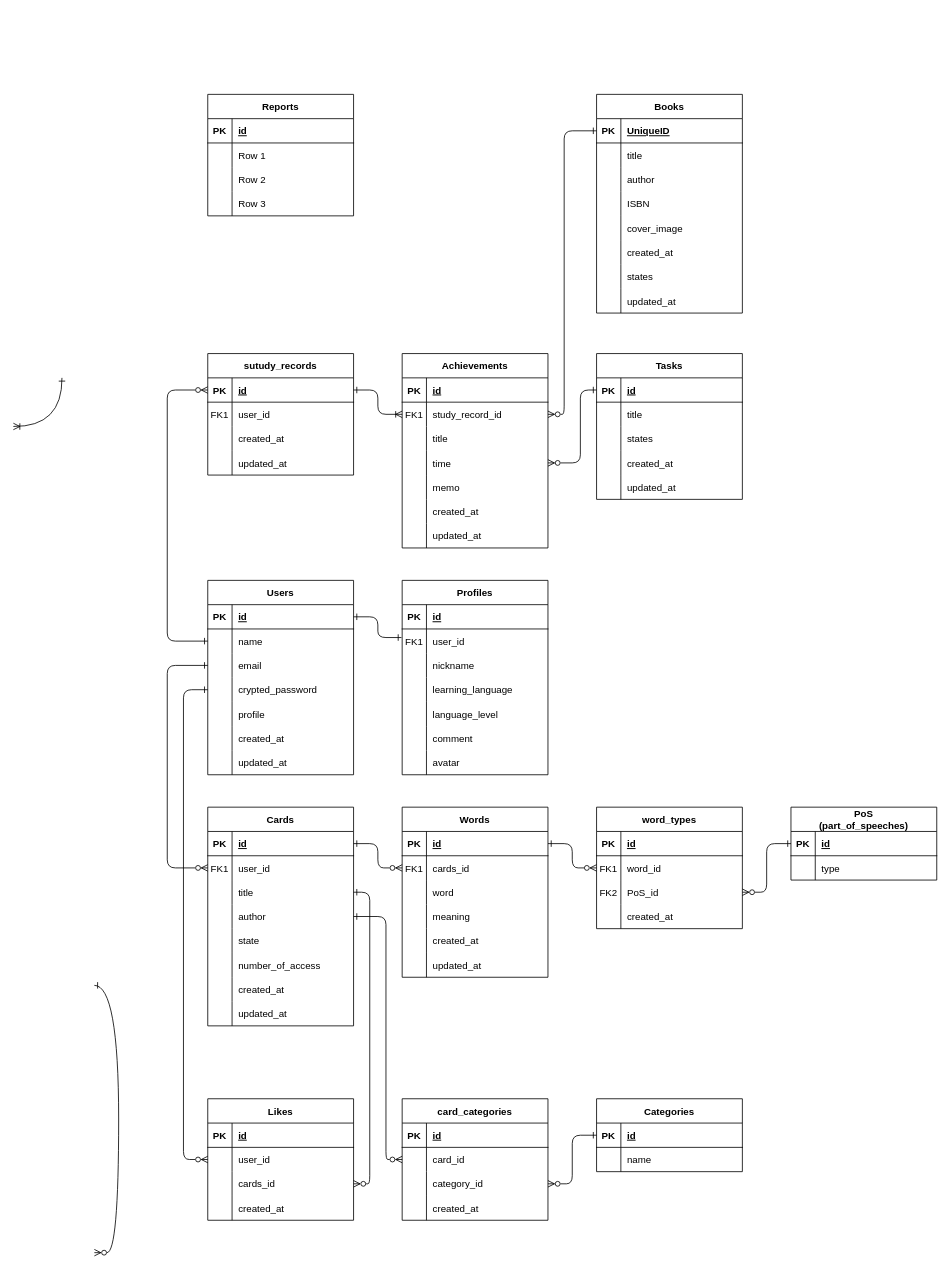
Earlier version of the draw.io diagram table.drawio (TaikiSakai/linGuardia). Source tidied: cells renumbered, new cells numbered last; positions are measured from the earlier drawing's top-left corner, leaving out a move shared by most shapes. Both pictures are drawn from the tidied source at 81%, with x=0, y=0 at pixel (13, 94).
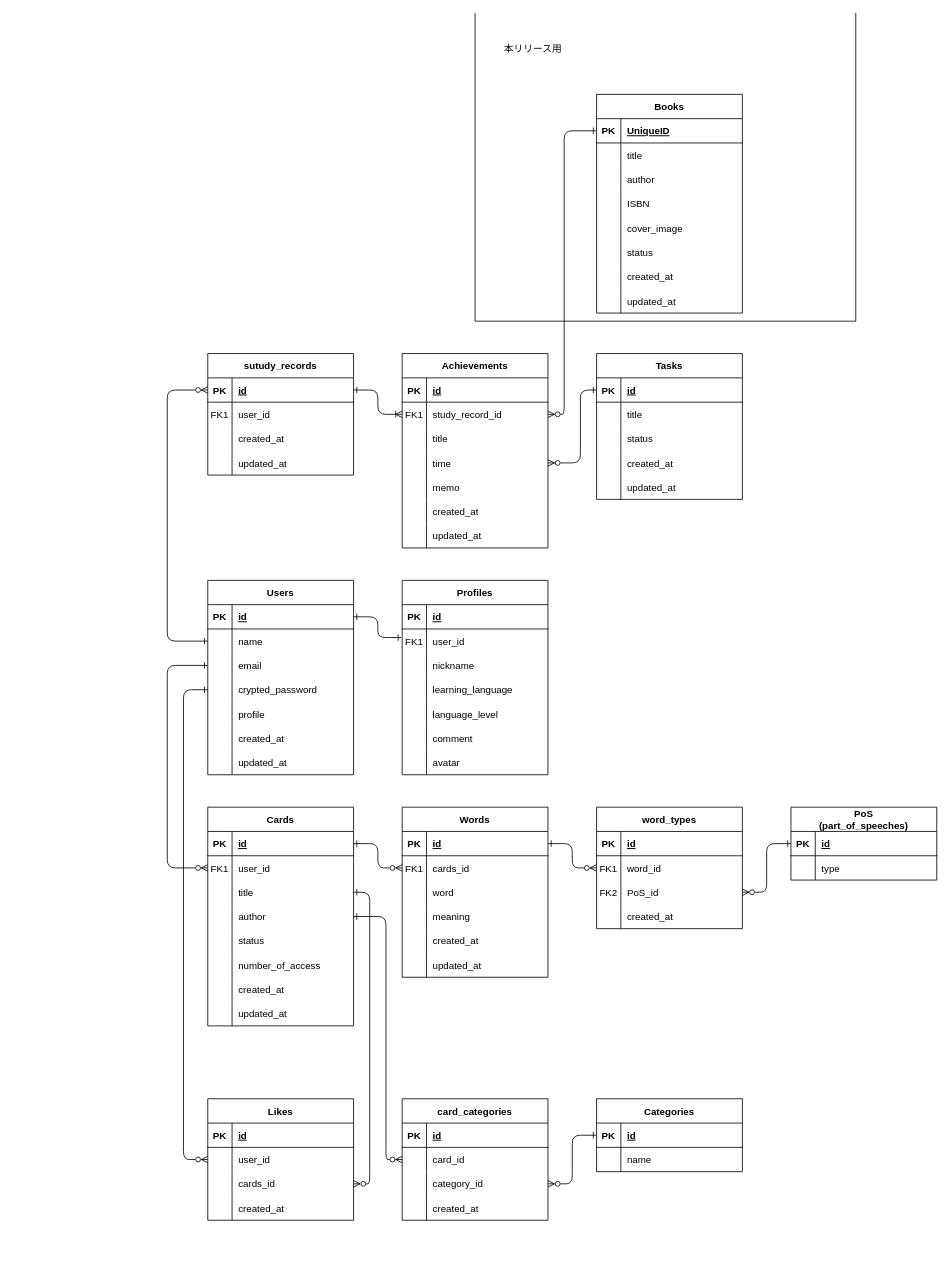
The same diagram, later.

Unchanged cells that the change refers to:
```xml
<mxCell id="59" style="shape=tableRow;horizontal=0;startSize=0;swimlaneHead=0;swimlaneBody=0;fillColor=none;top=0;left=0;right=0;bottom=0;" parent="46" vertex="1">
  <mxGeometry y="150" width="180" height="30" as="geometry" />
</mxCell>
<mxCell id="135" style="shape=tableRow;horizontal=0;startSize=0;swimlaneHead=0;swimlaneBody=0;fillColor=none;top=0;left=0;right=0;bottom=0;" parent="128" vertex="1">
  <mxGeometry y="90" width="180" height="30" as="geometry" />
</mxCell>
<mxCell id="196" value="Books" style="shape=table;startSize=30;childLayout=tableLayout;rowLines=0;fontStyle=1;align=center;" parent="1" vertex="1">
  <mxGeometry x="720" width="180" height="270" as="geometry" />
</mxCell>
```

Diff of the diagram source:
```diff
@@
-    <mxCell id="61" value="state" style="shape=partialRectangle;fillColor=none;top=0;left=0;bottom=0;right=0;align=left;spacingLeft=6;overflow=hidden;" parent="59" vertex="1">
+    <mxCell id="61" value="status" style="shape=partialRectangle;fillColor=none;top=0;left=0;bottom=0;right=0;align=left;spacingLeft=6;overflow=hidden;" parent="59" vertex="1">
       <mxGeometry x="30" width="150" height="30" as="geometry" />
     </mxCell>
@@
-    <mxCell id="137" value="states" style="shape=partialRectangle;fillColor=none;top=0;left=0;bottom=0;right=0;align=left;spacingLeft=6;overflow=hidden;" parent="135" vertex="1">
+    <mxCell id="137" value="status" style="shape=partialRectangle;fillColor=none;top=0;left=0;bottom=0;right=0;align=left;spacingLeft=6;overflow=hidden;" parent="135" vertex="1">
       <mxGeometry x="30" width="150" height="30" as="geometry" />
     </mxCell>
@@
-    <mxCell id="166" value="Reports" style="shape=table;startSize=30;childLayout=tableLayout;rowLines=0;fontStyle=1;align=center;" parent="1" vertex="1">
-      <mxGeometry x="240" width="180" height="150" as="geometry" />
-    </mxCell>
-    <mxCell id="167" style="shape=tableRow;horizontal=0;startSize=0;swimlaneHead=0;swimlaneBody=0;fillColor=none;top=0;left=0;right=0;bottom=1;" parent="166" vertex="1">
-      <mxGeometry y="30" width="180" height="30" as="geometry" />
-    </mxCell>
-    <mxCell id="168" value="PK" style="shape=partialRectangle;fillColor=none;top=0;left=0;bottom=0;right=0;fontStyle=1;overflow=hidden;" parent="167" vertex="1">
-      <mxGeometry width="30" height="30" as="geometry" />
-    </mxCell>
-    <mxCell id="169" value="id" style="shape=partialRectangle;fillColor=none;top=0;left=0;bottom=0;right=0;align=left;spacingLeft=6;fontStyle=5;overflow=hidden;" parent="167" vertex="1">
-      <mxGeometry x="30" width="150" height="30" as="geometry" />
-    </mxCell>
-    <mxCell id="170" style="shape=tableRow;horizontal=0;startSize=0;swimlaneHead=0;swimlaneBody=0;fillColor=none;top=0;left=0;right=0;bottom=0;" parent="166" vertex="1">
-      <mxGeometry y="60" width="180" height="30" as="geometry" />
-    </mxCell>
-    <mxCell id="171" style="shape=partialRectangle;fillColor=none;top=0;left=0;bottom=0;right=0;overflow=hidden;" parent="170" vertex="1">
-      <mxGeometry width="30" height="30" as="geometry" />
-    </mxCell>
-    <mxCell id="172" value="Row 1" style="shape=partialRectangle;fillColor=none;top=0;left=0;bottom=0;right=0;align=left;spacingLeft=6;overflow=hidden;" parent="170" vertex="1">
-      <mxGeometry x="30" width="150" height="30" as="geometry" />
-    </mxCell>
-    <mxCell id="173" style="shape=tableRow;horizontal=0;startSize=0;swimlaneHead=0;swimlaneBody=0;fillColor=none;top=0;left=0;right=0;bottom=0;" parent="166" vertex="1">
-      <mxGeometry y="90" width="180" height="30" as="geometry" />
-    </mxCell>
-    <mxCell id="174" style="shape=partialRectangle;fillColor=none;top=0;left=0;bottom=0;right=0;overflow=hidden;" parent="173" vertex="1">
-      <mxGeometry width="30" height="30" as="geometry" />
-    </mxCell>
-    <mxCell id="175" value="Row 2" style="shape=partialRectangle;fillColor=none;top=0;left=0;bottom=0;right=0;align=left;spacingLeft=6;overflow=hidden;" parent="173" vertex="1">
-      <mxGeometry x="30" width="150" height="30" as="geometry" />
-    </mxCell>
-    <mxCell id="176" style="shape=tableRow;horizontal=0;startSize=0;swimlaneHead=0;swimlaneBody=0;fillColor=none;top=0;left=0;right=0;bottom=0;" parent="166" vertex="1">
-      <mxGeometry y="120" width="180" height="30" as="geometry" />
-    </mxCell>
-    <mxCell id="177" style="shape=partialRectangle;fillColor=none;top=0;left=0;bottom=0;right=0;overflow=hidden;" parent="176" vertex="1">
-      <mxGeometry width="30" height="30" as="geometry" />
-    </mxCell>
-    <mxCell id="178" value="Row 3" style="shape=partialRectangle;fillColor=none;top=0;left=0;bottom=0;right=0;align=left;spacingLeft=6;overflow=hidden;" parent="176" vertex="1">
-      <mxGeometry x="30" width="150" height="30" as="geometry" />
-    </mxCell>
@@
-    <mxCell id="180" style="edgeStyle=orthogonalEdgeStyle;fontSize=12;html=1;endArrow=ERone;startArrow=ERoneToMany;startFill=0;entryX=0;entryY=0.5;entryDx=0;entryDy=0;exitX=1;exitY=0.5;exitDx=0;exitDy=0;curved=1;endFill=0;strokeColor=default;" parent="1" edge="1">
-      <mxGeometry relative="1" as="geometry">
-        <mxPoint y="410" as="sourcePoint" />
-        <mxPoint x="60" y="350" as="targetPoint" />
-      </mxGeometry>
-    </mxCell>
@@
+    <mxCell id="215" style="shape=tableRow;horizontal=0;startSize=0;swimlaneHead=0;swimlaneBody=0;fillColor=none;top=0;left=0;right=0;bottom=0;" parent="196" vertex="1">
+      <mxGeometry y="180" width="180" height="30" as="geometry" />
+    </mxCell>
+    <mxCell id="216" style="shape=partialRectangle;fillColor=none;top=0;left=0;bottom=0;right=0;overflow=hidden;" parent="215" vertex="1">
+      <mxGeometry width="30" height="30" as="geometry" />
+    </mxCell>
+    <mxCell id="217" value="status" style="shape=partialRectangle;fillColor=none;top=0;left=0;bottom=0;right=0;align=left;spacingLeft=6;overflow=hidden;" parent="215" vertex="1">
+      <mxGeometry x="30" width="150" height="30" as="geometry" />
+    </mxCell>
     <mxCell id="212" style="shape=tableRow;horizontal=0;startSize=0;swimlaneHead=0;swimlaneBody=0;fillColor=none;top=0;left=0;right=0;bottom=0;" parent="196" vertex="1">
-      <mxGeometry y="180" width="180" height="30" as="geometry" />
+      <mxGeometry y="210" width="180" height="30" as="geometry" />
     </mxCell>
@@
-    <mxCell id="215" style="shape=tableRow;horizontal=0;startSize=0;swimlaneHead=0;swimlaneBody=0;fillColor=none;top=0;left=0;right=0;bottom=0;" parent="196" vertex="1">
-      <mxGeometry y="210" width="180" height="30" as="geometry" />
-    </mxCell>
-    <mxCell id="216" style="shape=partialRectangle;fillColor=none;top=0;left=0;bottom=0;right=0;overflow=hidden;" parent="215" vertex="1">
-      <mxGeometry width="30" height="30" as="geometry" />
-    </mxCell>
-    <mxCell id="217" value="states" style="shape=partialRectangle;fillColor=none;top=0;left=0;bottom=0;right=0;align=left;spacingLeft=6;overflow=hidden;" parent="215" vertex="1">
-      <mxGeometry x="30" width="150" height="30" as="geometry" />
-    </mxCell>
@@
-    <mxCell id="231" style="edgeStyle=orthogonalEdgeStyle;fontSize=12;html=1;endArrow=ERzeroToMany;startArrow=ERone;startFill=0;curved=1;endFill=0;strokeColor=default;exitX=1;exitY=0.5;exitDx=0;exitDy=0;entryX=1;entryY=0.5;entryDx=0;entryDy=0;" parent="1" edge="1">
-      <mxGeometry relative="1" as="geometry">
-        <mxPoint x="100" y="1100" as="sourcePoint" />
-        <mxPoint x="100" y="1430" as="targetPoint" />
-        <Array as="points">
-          <mxPoint x="130" y="1100" />
-          <mxPoint x="130" y="1430" />
-        </Array>
-      </mxGeometry>
-    </mxCell>
@@
+    <mxCell id="247" style="shape=partialRectangle;whiteSpace=wrap;html=1;bottom=1;right=1;left=1;top=0;fillColor=none;routingCenterX=-0.5;" parent="1" vertex="1">
+      <mxGeometry x="570" y="-100" width="470" height="380" as="geometry" />
+    </mxCell>
+    <mxCell id="248" value="本リリース用" style="text;strokeColor=none;fillColor=none;spacingLeft=4;spacingRight=4;overflow=hidden;fontSize=12;" parent="1" vertex="1">
+      <mxGeometry x="600" y="-70" width="130" height="30" as="geometry" />
+    </mxCell>
```
